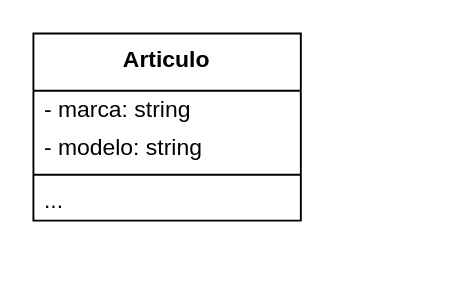
The draw.io diagram ejercicios/01EJ03/01EJ03.dio in gastonjavierricchiardi/ejercicios-typescript-utn-2025, before the edit. Source tidied: cells renumbered, new cells numbered last; positions are measured from the earlier drawing's top-left corner, leaving out a move shared by most shapes. Both pictures are drawn from the tidied source at 191%, with x=0, y=0 at pixel (32, 32).
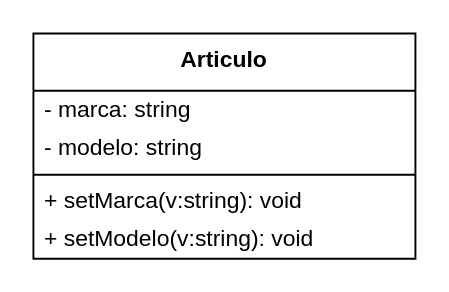
Above is the later version.

Diff of the diagram source:
```diff
@@
 <mxGraphModel background="#FFFFFF">
   <root>
     <mxCell id="0" />
     <mxCell id="1" parent="0" />
     <mxCell id="2" value="&lt;b&gt;Articulo&lt;/b&gt;" style="swimlane;fontStyle=0;align=center;verticalAlign=top;horizontal=1;startSize=30;html=1;whiteSpace=wrap;" parent="1" vertex="1">
-      <mxGeometry width="140" height="98" as="geometry" />
+      <mxGeometry width="200" height="118" as="geometry" />
     </mxCell>
     <mxCell id="3" value="- marca: string" style="text;html=1;strokeColor=none;fillColor=none;align=left;verticalAlign=middle;spacingLeft=4;spacingRight=4;overflow=hidden;whiteSpace=wrap;" parent="2" vertex="1">
-      <mxGeometry y="30" width="140" height="20" as="geometry" />
+      <mxGeometry y="30" width="200" height="20" as="geometry" />
     </mxCell>
     <mxCell id="4" value="- modelo: string" style="text;html=1;strokeColor=none;fillColor=none;align=left;verticalAlign=middle;spacingLeft=4;spacingRight=4;overflow=hidden;whiteSpace=wrap;" parent="2" vertex="1">
-      <mxGeometry y="50" width="140" height="20" as="geometry" />
+      <mxGeometry y="50" width="200" height="20" as="geometry" />
     </mxCell>
     <mxCell id="5" style="line;strokeWidth=1;fillColor=none;align=left;verticalAlign=middle;spacingTop=-1;spacingLeft=3;spacingRight=3;labelPosition=right;" parent="2" vertex="1">
-      <mxGeometry y="70" width="140" height="8" as="geometry" />
+      <mxGeometry y="70" width="200" height="8" as="geometry" />
     </mxCell>
-    <mxCell id="6" value="..." style="text;html=1;strokeColor=none;fillColor=none;align=left;verticalAlign=middle;spacingLeft=4;spacingRight=4;overflow=hidden;whiteSpace=wrap;" parent="2" vertex="1">
-      <mxGeometry y="78" width="140" height="20" as="geometry" />
+    <mxCell id="6" value="+ setMarca(v:string): void" style="text;html=1;strokeColor=none;fillColor=none;align=left;verticalAlign=middle;spacingLeft=4;spacingRight=4;overflow=hidden;whiteSpace=wrap;" parent="2" vertex="1">
+      <mxGeometry y="78" width="200" height="20" as="geometry" />
     </mxCell>
+    <mxCell id="7" value="+ setModelo(v:string): void" style="text;html=1;strokeColor=none;fillColor=none;align=left;verticalAlign=middle;spacingLeft=4;spacingRight=4;overflow=hidden;whiteSpace=wrap;" parent="2" vertex="1">
+      <mxGeometry y="98" width="200" height="20" as="geometry" />
+    </mxCell>
   </root>
 </mxGraphModel>
```
